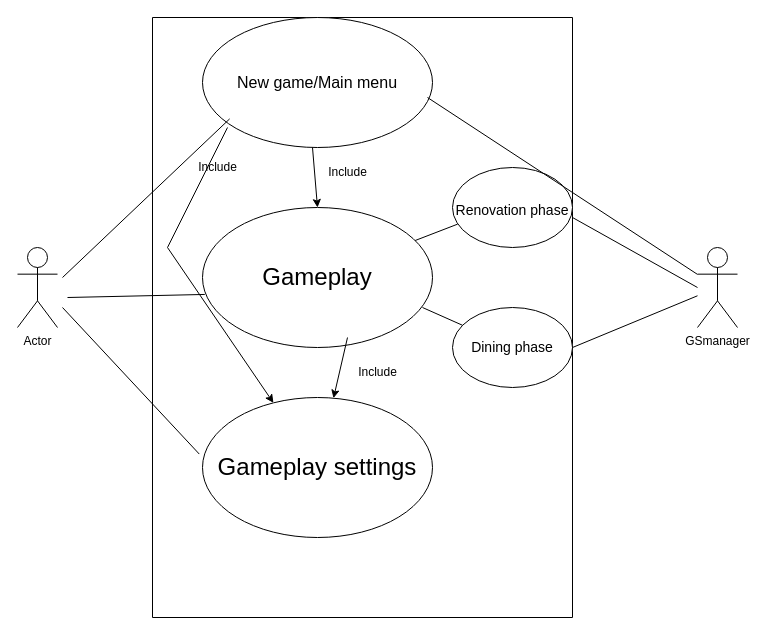
The draw.io diagram External/Documentation/Use case diagram updated.drawio in TomatechGames/Cooktastrophe, before the edit. Source tidied: cells renumbered, new cells numbered last; positions are measured from the earlier drawing's top-left corner, leaving out a move shared by most shapes. Both pictures are drawn from the tidied source at 100%, with x=0, y=0 at pixel (17, 17).
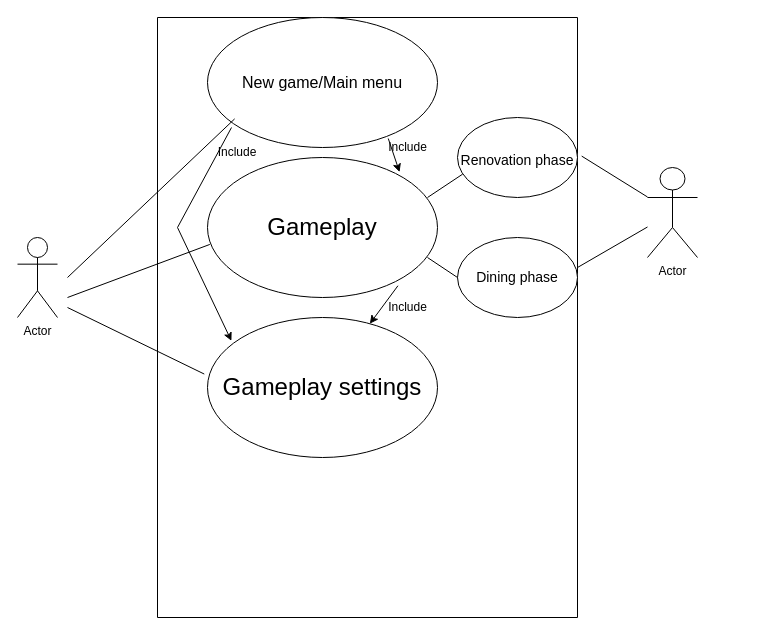
After the change.

Unchanged cells that the change refers to:
```xml
<mxCell id="4" value="&lt;font size=&quot;3&quot;&gt;New game/Main menu&lt;/font&gt;" style="ellipse;whiteSpace=wrap;html=1;" parent="3" vertex="1">
  <mxGeometry x="50" width="230" height="130" as="geometry" />
</mxCell>
```

Diff of the diagram source:
```diff
@@
     <mxCell id="2" value="Actor" style="shape=umlActor;verticalLabelPosition=bottom;verticalAlign=top;html=1;" parent="1" vertex="1">
-      <mxGeometry y="230" width="40" height="80" as="geometry" />
+      <mxGeometry y="220" width="40" height="80" as="geometry" />
     </mxCell>
     <mxCell id="3" style="swimlane;startSize=0;" parent="1" vertex="1">
-      <mxGeometry x="135" width="420" height="600" as="geometry" />
+      <mxGeometry x="140" width="420" height="600" as="geometry" />
     </mxCell>
@@
     <mxCell id="6" value="Gameplay" style="ellipse;whiteSpace=wrap;html=1;fontSize=24;" parent="3" vertex="1">
-      <mxGeometry x="50" y="190" width="230" height="140" as="geometry" />
+      <mxGeometry x="50" y="140" width="230" height="140" as="geometry" />
     </mxCell>
-    <mxCell id="7" style="endArrow=none;html=1;rounded=0;fontSize=24;entryX=0.043;entryY=0.708;entryDx=0;entryDy=0;entryPerimeter=0;" parent="3" edge="1" source="6" target="8">
-      <mxGeometry relative="1" as="geometry" />
+    <mxCell id="7" style="endArrow=none;html=1;rounded=0;fontSize=24;entryX=0.043;entryY=0.708;entryDx=0;entryDy=0;entryPerimeter=0;" parent="3" edge="1" target="8">
+      <mxGeometry relative="1" as="geometry">
+        <mxPoint x="270" y="180" as="sourcePoint" />
+      </mxGeometry>
     </mxCell>
     <mxCell id="8" value="&lt;font style=&quot;font-size: 14px;&quot;&gt;Renovation phase&lt;/font&gt;" style="ellipse;whiteSpace=wrap;html=1;fontSize=24;" parent="3" vertex="1">
-      <mxGeometry x="300" y="150" width="120" height="80" as="geometry" />
+      <mxGeometry x="300" y="100" width="120" height="80" as="geometry" />
     </mxCell>
     <mxCell id="9" value="&lt;font style=&quot;font-size: 14px;&quot;&gt;Dining phase&lt;/font&gt;" style="ellipse;whiteSpace=wrap;html=1;fontSize=6;" parent="3" vertex="1">
-      <mxGeometry x="300" y="290" width="120" height="80" as="geometry" />
+      <mxGeometry x="300" y="220" width="120" height="80" as="geometry" />
     </mxCell>
-    <mxCell id="10" style="endArrow=none;html=1;rounded=0;fontSize=14;" parent="3" edge="1" target="9">
+    <mxCell id="10" style="endArrow=none;html=1;rounded=0;fontSize=14;" parent="3" edge="1">
       <mxGeometry relative="1" as="geometry">
-        <mxPoint x="270" y="290" as="sourcePoint" />
+        <mxPoint x="270" y="240" as="sourcePoint" />
+        <mxPoint x="300" y="260" as="targetPoint" />
       </mxGeometry>
     </mxCell>
     <mxCell id="11" value="&lt;font style=&quot;font-size: 24px;&quot;&gt;Gameplay settings&lt;/font&gt;" style="ellipse;whiteSpace=wrap;html=1;fontSize=14;" parent="3" vertex="1">
-      <mxGeometry x="50" y="380" width="230" height="140" as="geometry" />
+      <mxGeometry x="50" y="300" width="230" height="140" as="geometry" />
     </mxCell>
@@
-    <mxCell id="13" style="endArrow=none;html=1;rounded=0;" parent="3" edge="1" target="19">
-      <mxGeometry relative="1" as="geometry">
-        <mxPoint x="275" y="80" as="sourcePoint" />
-      </mxGeometry>
-    </mxCell>
-    <mxCell id="14" style="endArrow=classic;html=1;rounded=0;entryX=0.5;entryY=0;entryDx=0;entryDy=0;" parent="3" edge="1" target="6">
-      <mxGeometry relative="1" as="geometry">
-        <mxPoint x="160" y="130" as="sourcePoint" />
-      </mxGeometry>
-    </mxCell>
-    <mxCell id="15" style="endArrow=classic;html=1;rounded=0;" parent="3" edge="1" target="11">
-      <mxGeometry relative="1" as="geometry">
-        <mxPoint x="75" y="110" as="sourcePoint" />
-        <Array as="points">
-          <mxPoint x="15" y="230" />
-        </Array>
-      </mxGeometry>
-    </mxCell>
-    <mxCell id="16" value="Include" style="text;html=1;align=center;verticalAlign=middle;strokeColor=none;fillColor=none;" parent="3" vertex="1">
-      <mxGeometry x="165" y="140" width="60" height="30" as="geometry" />
-    </mxCell>
-    <mxCell id="17" value="Include" style="text;html=1;align=center;verticalAlign=middle;strokeColor=none;fillColor=none;" parent="3" vertex="1">
-      <mxGeometry x="195" y="340" width="60" height="30" as="geometry" />
-    </mxCell>
+    <mxCell id="24" style="endArrow=classic;html=1;rounded=0;exitX=0.828;exitY=0.916;exitDx=0;exitDy=0;exitPerimeter=0;" parent="3" edge="1" source="6" target="11">
+      <mxGeometry relative="1" as="geometry" />
+    </mxCell>
+    <mxCell id="25" style="endArrow=classic;html=1;rounded=0;exitX=0.786;exitY=0.931;exitDx=0;exitDy=0;exitPerimeter=0;entryX=0.835;entryY=0.104;entryDx=0;entryDy=0;entryPerimeter=0;" parent="3" edge="1" source="4" target="6">
+      <mxGeometry relative="1" as="geometry" />
+    </mxCell>
+    <mxCell id="26" style="endArrow=classic;html=1;rounded=0;entryX=0.104;entryY=0.167;entryDx=0;entryDy=0;entryPerimeter=0;" parent="3" edge="1" target="11">
+      <mxGeometry relative="1" as="geometry">
+        <mxPoint x="74" y="110" as="sourcePoint" />
+        <Array as="points">
+          <mxPoint x="20" y="210" />
+        </Array>
+      </mxGeometry>
+    </mxCell>
+    <mxCell id="27" value="Include" style="text;html=1;strokeColor=none;fillColor=none;align=center;verticalAlign=middle;whiteSpace=wrap;rounded=0;" parent="3" vertex="1">
+      <mxGeometry x="50" y="120" width="60" height="30" as="geometry" />
+    </mxCell>
@@
-    <mxCell id="19" value="GSmanager" style="shape=umlActor;verticalLabelPosition=bottom;verticalAlign=top;html=1;outlineConnect=0;" parent="1" vertex="1">
-      <mxGeometry x="680" y="230" width="40" height="80" as="geometry" />
-    </mxCell>
-    <mxCell id="20" style="endArrow=none;html=1;rounded=0;" parent="1" edge="1">
-      <mxGeometry relative="1" as="geometry">
-        <mxPoint x="555" y="200" as="sourcePoint" />
-        <mxPoint x="680" y="270" as="targetPoint" />
-      </mxGeometry>
-    </mxCell>
-    <mxCell id="21" style="endArrow=none;html=1;rounded=0;" parent="1" edge="1" target="19">
-      <mxGeometry relative="1" as="geometry">
-        <mxPoint x="555" y="330" as="sourcePoint" />
-      </mxGeometry>
-    </mxCell>
-    <mxCell id="22" style="endArrow=classic;html=1;rounded=0;" parent="1" edge="1" target="11">
-      <mxGeometry relative="1" as="geometry">
-        <mxPoint x="330" y="320" as="sourcePoint" />
-      </mxGeometry>
-    </mxCell>
-    <mxCell id="23" value="Include" style="text;html=1;align=center;verticalAlign=middle;strokeColor=none;fillColor=none;" parent="1" vertex="1">
-      <mxGeometry x="170" y="135" width="60" height="30" as="geometry" />
-    </mxCell>
+    <mxCell id="28" value="Actor" style="shape=umlActor;verticalLabelPosition=bottom;verticalAlign=top;html=1;outlineConnect=0;" parent="1" vertex="1">
+      <mxGeometry x="630" y="150" width="50" height="90" as="geometry" />
+    </mxCell>
+    <mxCell id="29" style="endArrow=none;html=1;rounded=0;exitX=1.01;exitY=0.231;exitDx=0;exitDy=0;exitPerimeter=0;" parent="1" edge="1" source="3" target="28">
+      <mxGeometry relative="1" as="geometry" />
+    </mxCell>
+    <mxCell id="30" style="endArrow=none;html=1;rounded=0;" parent="1" edge="1" target="28">
+      <mxGeometry relative="1" as="geometry">
+        <mxPoint x="560" y="250" as="sourcePoint" />
+      </mxGeometry>
+    </mxCell>
+    <mxCell id="31" value="Include" style="text;html=1;align=center;verticalAlign=middle;strokeColor=none;fillColor=none;" parent="1" vertex="1">
+      <mxGeometry x="360" y="275" width="60" height="30" as="geometry" />
+    </mxCell>
+    <mxCell id="32" value="Include" style="text;html=1;align=center;verticalAlign=middle;strokeColor=none;fillColor=none;" parent="1" vertex="1">
+      <mxGeometry x="360" y="115" width="60" height="30" as="geometry" />
+    </mxCell>
```
